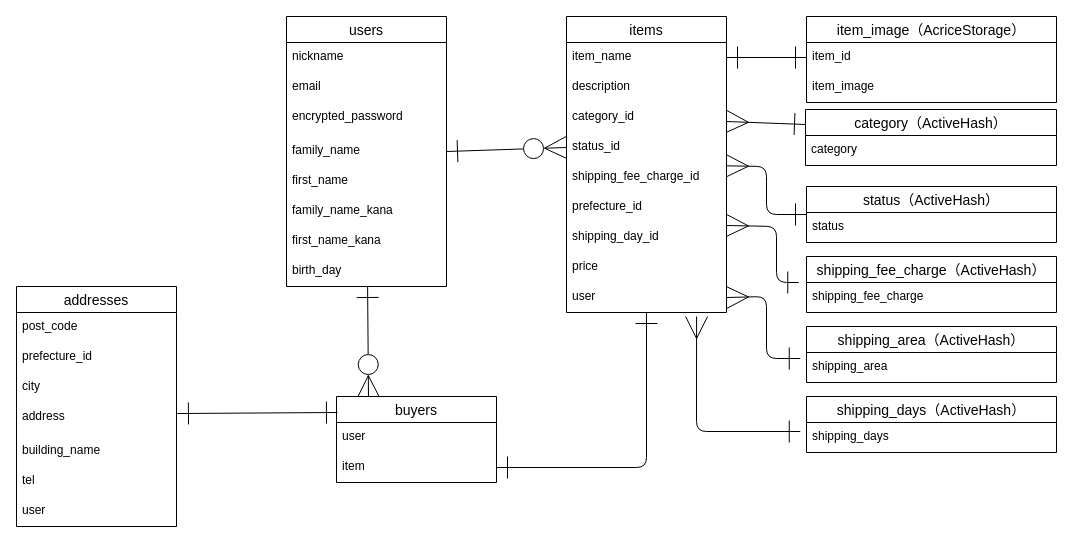
This is ER.dio from tom2828/furima-37153, a draw.io file, before an edit. Source tidied: cells renumbered, new cells numbered last; positions are measured from the earlier drawing's top-left corner, leaving out a move shared by most shapes. Both pictures are drawn from the tidied source at 100%, with x=0, y=0 at pixel (16, 16).
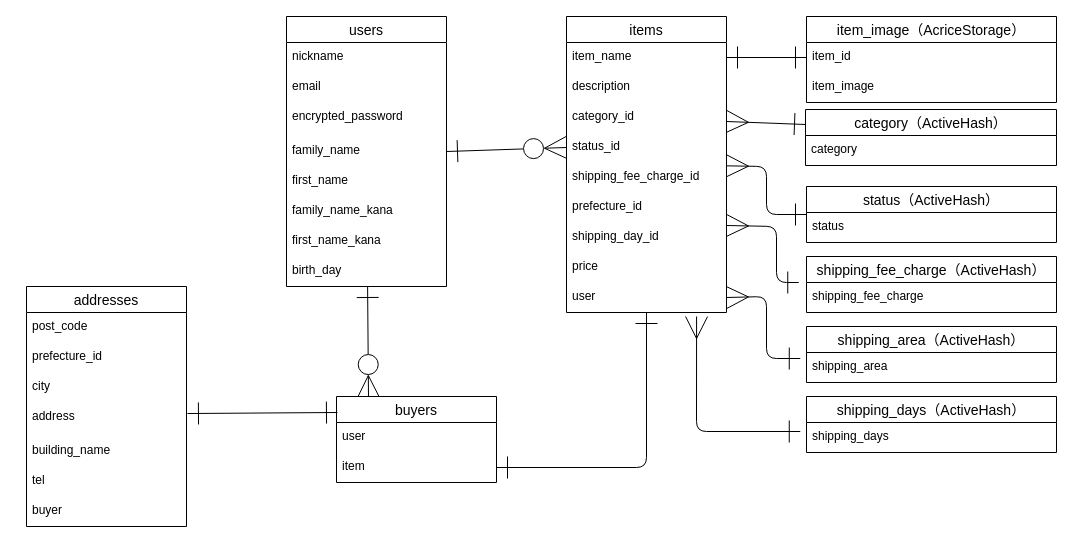
After the change.

Change to the diagram source:
```diff
@@
     <mxCell id="36" value="addresses" style="swimlane;fontStyle=0;horizontal=1;startSize=26;align=center;fontSize=14;" parent="1" vertex="1">
-      <mxGeometry y="270" width="160" height="240" as="geometry" />
+      <mxGeometry x="10" y="270" width="160" height="240" as="geometry" />
     </mxCell>
@@
-    <mxCell id="43" value="user" style="text;strokeColor=none;fillColor=none;spacingLeft=4;spacingRight=4;overflow=hidden;fontSize=12;" parent="36" vertex="1">
+    <mxCell id="43" value="buyer" style="text;strokeColor=none;fillColor=none;spacingLeft=4;spacingRight=4;overflow=hidden;fontSize=12;" parent="36" vertex="1">
       <mxGeometry y="210" width="160" height="30" as="geometry" />
     </mxCell>
```
